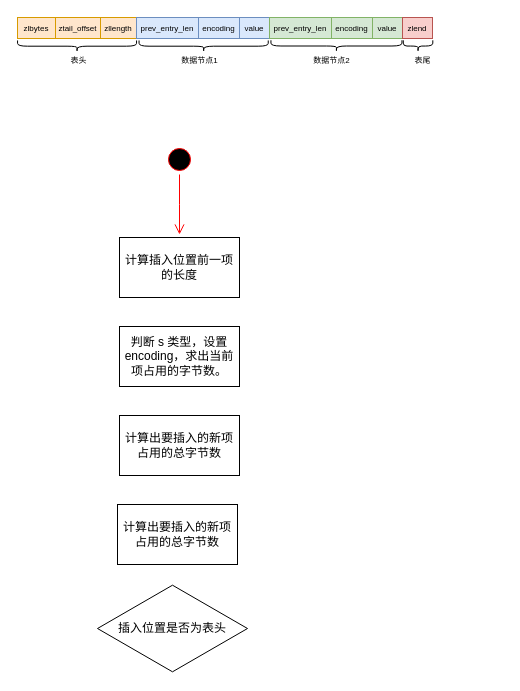
guozhaoxin/redis-src-code keeps this draw.io diagram as objects/uml/ziplistdrawio.drawio. Above is the earlier version. Source tidied: cells renumbered, new cells numbered last; positions are measured from the earlier drawing's top-left corner, leaving out a move shared by most shapes. Both pictures are drawn from the tidied source at 100%, with x=0, y=0 at pixel (17, -20).
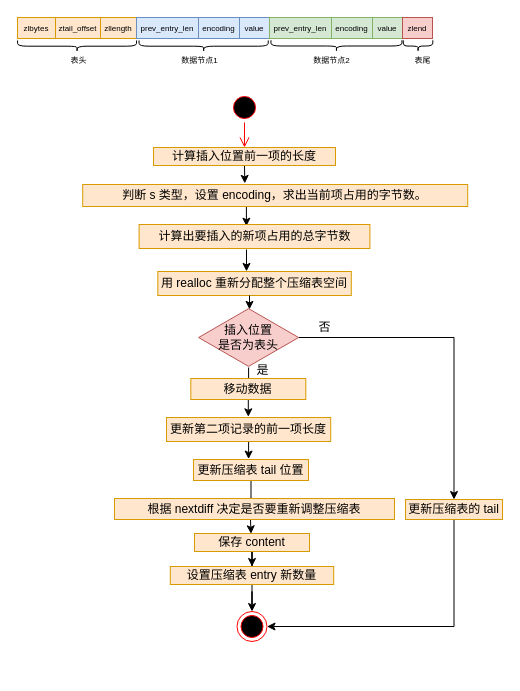
The same page after the edit.

Change to the diagram source:
```diff
@@
     <mxCell id="20" style="ellipse;html=1;shape=startState;fillColor=#000000;strokeColor=#ff0000;" parent="1" vertex="1">
-      <mxGeometry x="147" y="164" width="30" height="30" as="geometry" />
+      <mxGeometry x="212" y="112" width="30" height="30" as="geometry" />
     </mxCell>
-    <mxCell id="21" style="edgeStyle=orthogonalEdgeStyle;html=1;verticalAlign=bottom;endArrow=open;endSize=8;strokeColor=#ff0000;rounded=0;" parent="1" edge="1" source="20">
-      <mxGeometry relative="1" as="geometry">
-        <mxPoint x="162" y="254" as="targetPoint" />
-      </mxGeometry>
+    <mxCell id="21" style="edgeStyle=orthogonalEdgeStyle;html=1;verticalAlign=bottom;endArrow=open;endSize=8;strokeColor=#ff0000;rounded=0;entryX=0.5;entryY=0;entryDx=0;entryDy=0;" parent="1" edge="1" source="20" target="22">
+      <mxGeometry relative="1" as="geometry" />
     </mxCell>
+    <mxCell id="27" style="edgeStyle=orthogonalEdgeStyle;rounded=0;jettySize=auto;html=1;exitX=0.5;exitY=1;exitDx=0;exitDy=0;" parent="1" edge="1" source="22">
+      <mxGeometry relative="1" as="geometry">
+        <mxPoint x="227.3" y="202.9" as="targetPoint" />
+      </mxGeometry>
+    </mxCell>
-    <mxCell id="22" value="计算插入位置前一项的长度" style="rounded=0;whiteSpace=wrap;html=1;" parent="1" vertex="1">
-      <mxGeometry x="102" y="257" width="120" height="60" as="geometry" />
+    <mxCell id="22" value="计算插入位置前一项的长度" style="rounded=0;whiteSpace=wrap;html=1;fillColor=#ffe6cc;strokeColor=#d79b00;" parent="1" vertex="1">
+      <mxGeometry x="136" y="167" width="182" height="18" as="geometry" />
     </mxCell>
+    <mxCell id="28" style="edgeStyle=orthogonalEdgeStyle;rounded=0;orthogonalLoop=1;jettySize=auto;html=1;exitX=0.5;exitY=1;exitDx=0;exitDy=0;entryX=0.595;entryY=0.07;entryDx=0;entryDy=0;entryPerimeter=0;" parent="1" edge="1">
+      <mxGeometry relative="1" as="geometry">
+        <mxPoint x="227.8" y="226" as="sourcePoint" />
+        <mxPoint x="228.9" y="245.7" as="targetPoint" />
+      </mxGeometry>
+    </mxCell>
-    <mxCell id="23" value="判断 s 类型，设置 encoding，求出当前项占用的字节数。" style="rounded=0;whiteSpace=wrap;html=1;" parent="1" vertex="1">
-      <mxGeometry x="102" y="346" width="120" height="60" as="geometry" />
+    <mxCell id="23" value="判断 s 类型，设置 encoding，求出当前项占用的字节数。" style="rounded=0;whiteSpace=wrap;html=1;fillColor=#ffe6cc;strokeColor=#d79b00;" parent="1" vertex="1">
+      <mxGeometry x="65.2" y="204" width="385" height="22" as="geometry" />
     </mxCell>
+    <mxCell id="29" style="edgeStyle=orthogonalEdgeStyle;rounded=0;orthogonalLoop=1;jettySize=auto;html=1;" parent="1" edge="1">
+      <mxGeometry relative="1" as="geometry">
+        <mxPoint x="229" y="269" as="sourcePoint" />
+        <mxPoint x="229" y="290.9" as="targetPoint" />
+      </mxGeometry>
+    </mxCell>
-    <mxCell id="24" value="计算出要插入的新项占用的总字节数" style="rounded=0;whiteSpace=wrap;html=1;" parent="1" vertex="1">
-      <mxGeometry x="102" y="435" width="120" height="60" as="geometry" />
+    <mxCell id="24" value="计算出要插入的新项占用的总字节数" style="rounded=0;whiteSpace=wrap;html=1;fillColor=#ffe6cc;strokeColor=#d79b00;" parent="1" vertex="1">
+      <mxGeometry x="121.6" y="244" width="230.8" height="24" as="geometry" />
     </mxCell>
-    <mxCell id="25" value="计算出要插入的新项占用的总字节数" style="rounded=0;whiteSpace=wrap;html=1;" parent="1" vertex="1">
-      <mxGeometry x="100" y="524" width="120" height="60" as="geometry" />
+    <mxCell id="25" value="用 realloc 重新分配整个压缩表空间" style="rounded=0;whiteSpace=wrap;html=1;fillColor=#ffe6cc;strokeColor=#d79b00;" parent="1" vertex="1">
+      <mxGeometry x="140.3" y="291" width="193.5" height="24" as="geometry" />
     </mxCell>
+    <mxCell id="30" style="edgeStyle=orthogonalEdgeStyle;rounded=0;jettySize=auto;html=1;entryX=0.5;entryY=0;entryDx=0;entryDy=0;" parent="1" edge="1" source="26" target="33">
+      <mxGeometry relative="1" as="geometry" />
+    </mxCell>
+    <mxCell id="31" style="edgeStyle=orthogonalEdgeStyle;rounded=0;jettySize=auto;html=1;" parent="1" edge="1" source="26">
+      <mxGeometry relative="1" as="geometry">
+        <mxPoint x="231.1" y="397.4" as="targetPoint" />
+      </mxGeometry>
+    </mxCell>
-    <mxCell id="26" value="插入位置是否为表头" style="html=1;whiteSpace=wrap;shape=isoRectangle;" parent="1" vertex="1">
-      <mxGeometry x="80" y="603" width="150" height="90" as="geometry" />
+    <mxCell id="26" value="插入位置&lt;br&gt;是否为表头" style="html=1;whiteSpace=wrap;shape=isoRectangle;fillColor=#f8cecc;strokeColor=#b85450;" parent="1" vertex="1">
+      <mxGeometry x="181.1" y="327" width="100" height="60" as="geometry" />
     </mxCell>
+    <mxCell id="32" style="edgeStyle=orthogonalEdgeStyle;rounded=0;jettySize=auto;html=1;entryX=1;entryY=0.5;entryDx=0;entryDy=0;" parent="1" edge="1" source="33" target="47">
+      <mxGeometry relative="1" as="geometry">
+        <Array as="points">
+          <mxPoint x="437" y="646" />
+        </Array>
+      </mxGeometry>
+    </mxCell>
+    <mxCell id="33" value="更新压缩表的 tail" style="rounded=0;whiteSpace=wrap;html=1;fillColor=#ffe6cc;strokeColor=#d79b00;" parent="1" vertex="1">
+      <mxGeometry x="388" y="519" width="97" height="20" as="geometry" />
+    </mxCell>
+    <mxCell id="34" value="否" style="text;html=1;align=center;verticalAlign=middle;strokeColor=none;fillColor=none;" parent="1" vertex="1">
+      <mxGeometry x="296" y="338" width="22" height="18" as="geometry" />
+    </mxCell>
+    <mxCell id="35" style="edgeStyle=orthogonalEdgeStyle;rounded=0;jettySize=auto;html=1;exitX=0.5;exitY=1;exitDx=0;exitDy=0;" parent="1" edge="1" source="36">
+      <mxGeometry relative="1" as="geometry">
+        <mxPoint x="230.8" y="436.3" as="targetPoint" />
+      </mxGeometry>
+    </mxCell>
+    <mxCell id="36" value="移动数据" style="rounded=0;whiteSpace=wrap;html=1;fillColor=#ffe6cc;strokeColor=#d79b00;" parent="1" vertex="1">
+      <mxGeometry x="173.3" y="398" width="115" height="21" as="geometry" />
+    </mxCell>
+    <mxCell id="37" style="edgeStyle=orthogonalEdgeStyle;rounded=0;jettySize=auto;html=1;exitX=0.5;exitY=1;exitDx=0;exitDy=0;entryX=0.479;entryY=-0.021;entryDx=0;entryDy=0;entryPerimeter=0;" parent="1" edge="1" source="38" target="40">
+      <mxGeometry relative="1" as="geometry" />
+    </mxCell>
+    <mxCell id="38" value="更新第二项记录的前一项长度" style="rounded=0;whiteSpace=wrap;html=1;fillColor=#ffe6cc;strokeColor=#d79b00;" parent="1" vertex="1">
+      <mxGeometry x="149" y="437" width="164.2" height="24" as="geometry" />
+    </mxCell>
+    <mxCell id="39" style="edgeStyle=orthogonalEdgeStyle;rounded=0;jettySize=auto;html=1;" parent="1" edge="1" source="40">
+      <mxGeometry relative="1" as="geometry">
+        <mxPoint x="233.5" y="516.3" as="targetPoint" />
+      </mxGeometry>
+    </mxCell>
+    <mxCell id="40" value="更新压缩表 tail 位置" style="rounded=0;whiteSpace=wrap;html=1;fillColor=#ffe6cc;strokeColor=#d79b00;" parent="1" vertex="1">
+      <mxGeometry x="176" y="479" width="115" height="21" as="geometry" />
+    </mxCell>
+    <mxCell id="41" style="edgeStyle=orthogonalEdgeStyle;rounded=0;orthogonalLoop=1;jettySize=auto;html=1;exitX=0.5;exitY=1;exitDx=0;exitDy=0;entryX=0.526;entryY=0.015;entryDx=0;entryDy=0;entryPerimeter=0;" parent="1" edge="1">
+      <mxGeometry relative="1" as="geometry">
+        <mxPoint x="233" y="539" as="sourcePoint" />
+        <mxPoint x="233.5" y="553.3" as="targetPoint" />
+      </mxGeometry>
+    </mxCell>
+    <mxCell id="42" value="根据 nextdiff 决定是否要重新调整压缩表" style="rounded=0;whiteSpace=wrap;html=1;fillColor=#ffe6cc;strokeColor=#d79b00;" parent="1" vertex="1">
+      <mxGeometry x="97" y="518" width="280" height="21" as="geometry" />
+    </mxCell>
+    <mxCell id="43" style="edgeStyle=orthogonalEdgeStyle;rounded=0;jettySize=auto;html=1;entryX=0.5;entryY=0;entryDx=0;entryDy=0;" parent="1" edge="1" source="44" target="46">
+      <mxGeometry relative="1" as="geometry" />
+    </mxCell>
+    <mxCell id="44" value="保存 content" style="rounded=0;whiteSpace=wrap;html=1;fillColor=#ffe6cc;strokeColor=#d79b00;" parent="1" vertex="1">
+      <mxGeometry x="177" y="553" width="115" height="18" as="geometry" />
+    </mxCell>
+    <mxCell id="45" style="edgeStyle=orthogonalEdgeStyle;rounded=0;jettySize=auto;html=1;entryX=0.5;entryY=0;entryDx=0;entryDy=0;" parent="1" edge="1" source="46" target="47">
+      <mxGeometry relative="1" as="geometry" />
+    </mxCell>
+    <mxCell id="46" value="设置压缩表 entry 新数量" style="rounded=0;whiteSpace=wrap;html=1;fillColor=#ffe6cc;strokeColor=#d79b00;" parent="1" vertex="1">
+      <mxGeometry x="152.8" y="586" width="163.4" height="18" as="geometry" />
+    </mxCell>
+    <mxCell id="47" style="ellipse;html=1;shape=endState;fillColor=#000000;strokeColor=#ff0000;" parent="1" vertex="1">
+      <mxGeometry x="219.5" y="631" width="30" height="30" as="geometry" />
+    </mxCell>
+    <mxCell id="48" value="是" style="text;html=1;align=center;verticalAlign=middle;strokeColor=none;fillColor=none;" parent="1" vertex="1">
+      <mxGeometry x="234" y="381" width="22" height="18" as="geometry" />
+    </mxCell>
+    <mxCell id="49" style="edgeStyle=orthogonalEdgeStyle;rounded=0;orthogonalLoop=1;jettySize=auto;html=1;" parent="1" edge="1">
+      <mxGeometry relative="1" as="geometry">
+        <mxPoint x="232" y="315" as="sourcePoint" />
+        <mxPoint x="232" y="328.9" as="targetPoint" />
+      </mxGeometry>
+    </mxCell>
```
